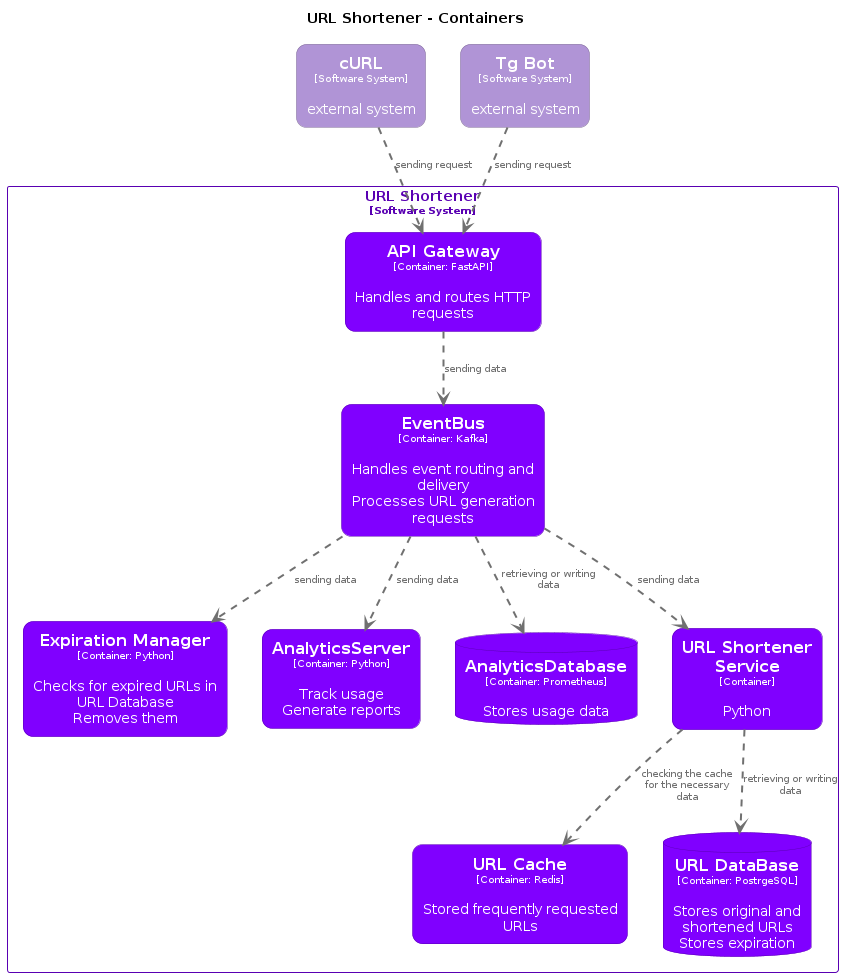
Earlier version of the PlantUML export architecture/diagrams/structurizr-Container-001.png (neojelll/url-shortener).
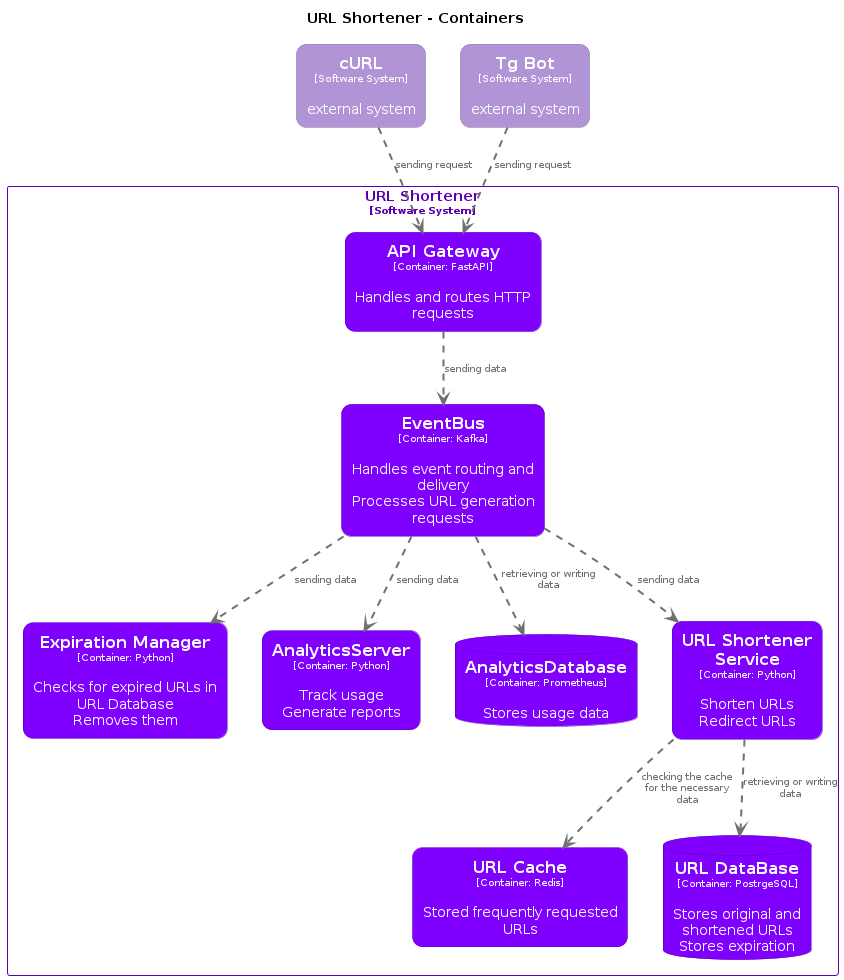
After the change.

Commit message:
chores(C4 diagrams): Update Structurizr diagrams

The edit, as a diff of the source:
```diff
@@ -98,7 +98,7 @@
   rectangle "==EventBus\n<size:10>[Container: Kafka]</size>\n\nHandles event routing and delivery\nProcesses URL generation requests" <<URLShortener.EventBus>> as URLShortener.EventBus
   rectangle "==AnalyticsServer\n<size:10>[Container: Python]</size>\n\nTrack usage\nGenerate reports" <<URLShortener.AnalyticsServer>> as URLShortener.AnalyticsServer
   database "==AnalyticsDatabase\n<size:10>[Container: Prometheus]</size>\n\nStores usage data" <<URLShortener.AnalyticsDatabase>> as URLShortener.AnalyticsDatabase
-  rectangle "==URL Shortener Service\n<size:10>[Container]</size>\n\nPython" <<URLShortener.URLShortenerService>> as URLShortener.URLShortenerService
+  rectangle "==URL Shortener Service\n<size:10>[Container: Python]</size>\n\nShorten URLs\nRedirect URLs" <<URLShortener.URLShortenerService>> as URLShortener.URLShortenerService
 }
 
 cURL .[#707070,thickness=2].> URLShortener.APIGateway : "<color:#707070>sending request"
```
